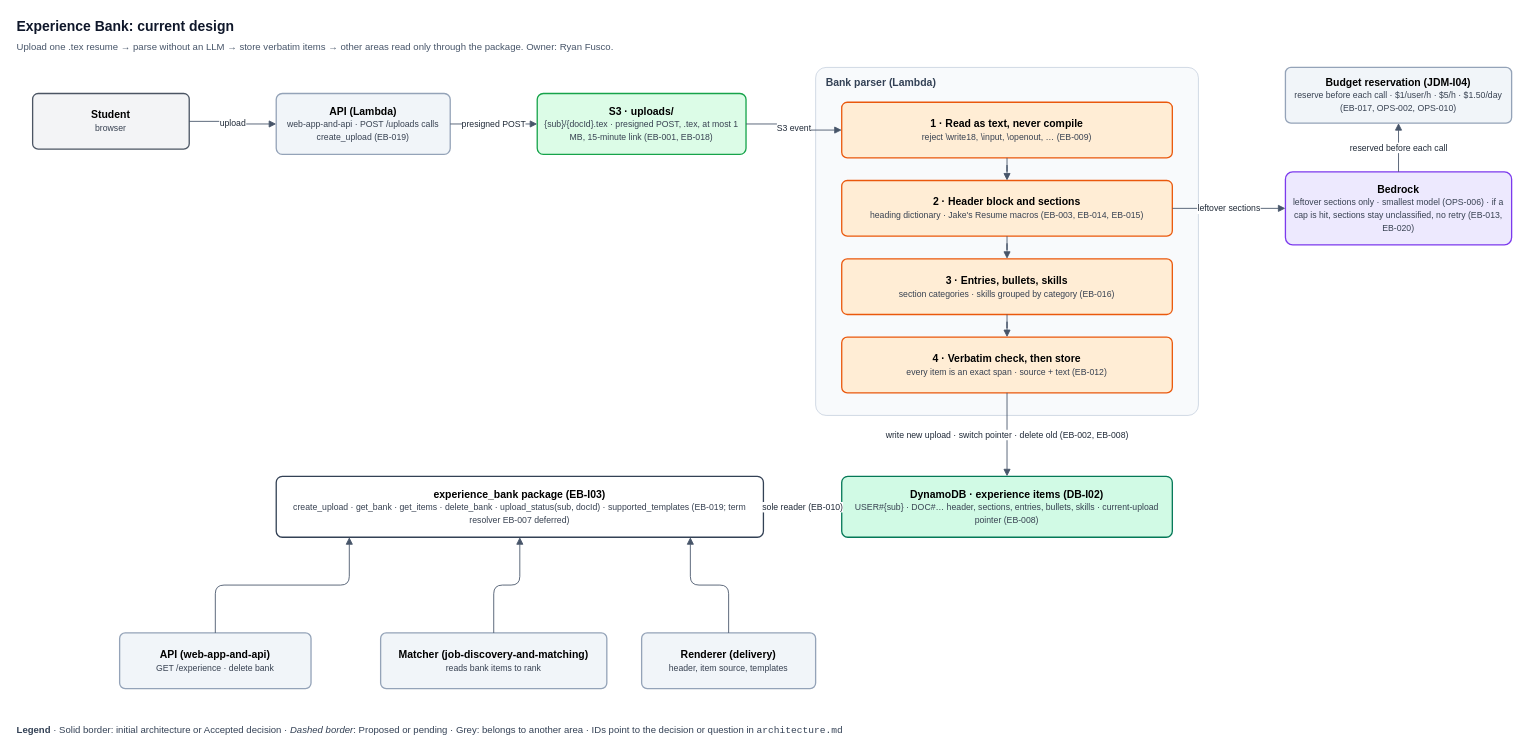
lukeacampbell/Froop keeps this draw.io diagram as planning/architecture/experience-bank/architecture.drawio. Above is the earlier version. Source tidied: cells renumbered, new cells numbered last; positions are measured from the earlier drawing's top-left corner, leaving out a move shared by most shapes. Both pictures are drawn from the tidied source at 87%, with x=0, y=0 at pixel (15, 15).
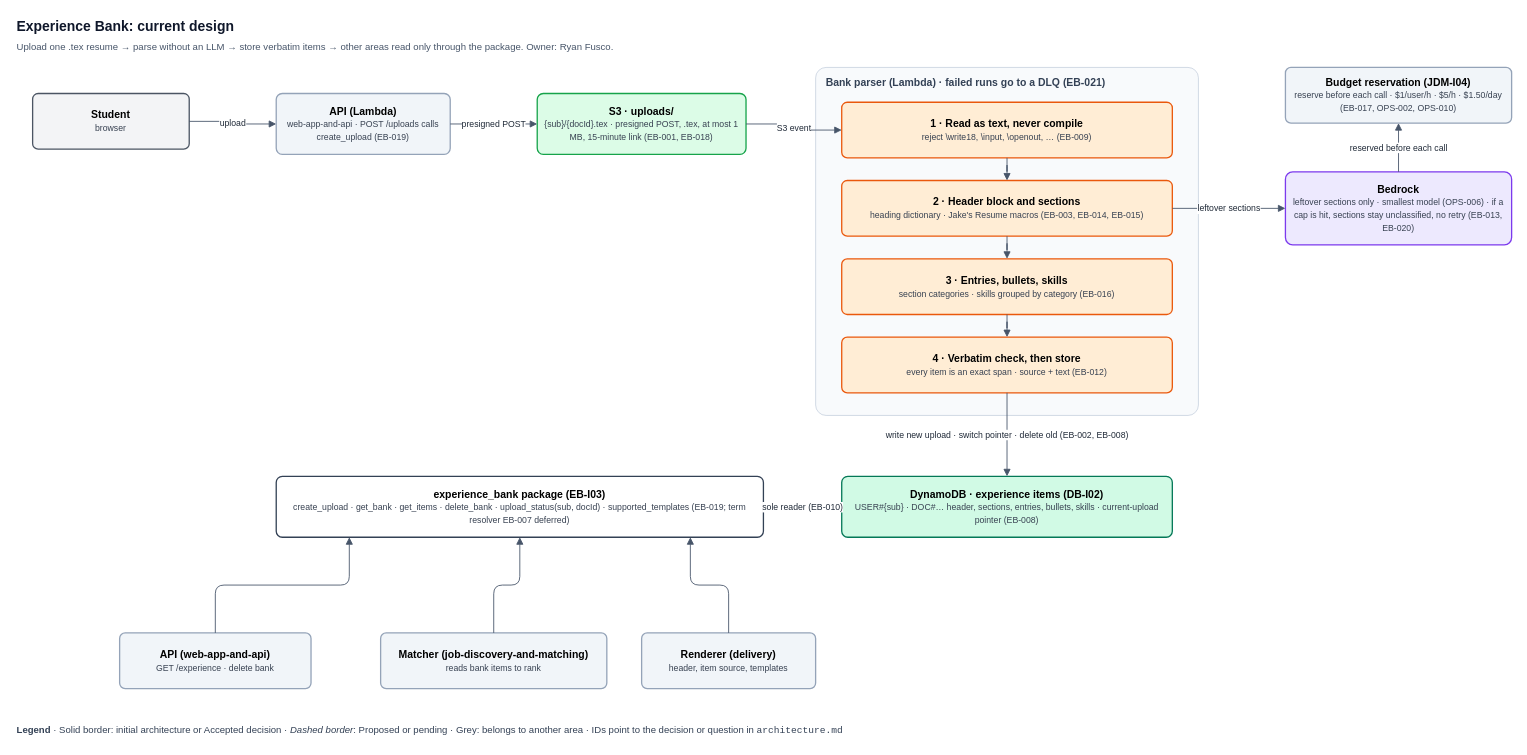
Above is the later version.

Diff of the diagram source:
```diff
@@
-    <mxCell id="7" value="Bank parser (Lambda)" style="rounded=1;whiteSpace=wrap;html=1;arcSize=3;fillColor=#F8FAFC;strokeColor=#CBD5E1;verticalAlign=top;align=left;spacingLeft=10;spacingTop=4;fontStyle=1;fontColor=#334155;fontSize=12;" parent="1" vertex="1">
+    <mxCell id="7" value="Bank parser (Lambda) · failed runs go to a DLQ (EB-021)" style="rounded=1;whiteSpace=wrap;html=1;arcSize=3;fillColor=#F8FAFC;strokeColor=#CBD5E1;verticalAlign=top;align=left;spacingLeft=10;spacingTop=4;fontStyle=1;fontColor=#334155;fontSize=12;" parent="1" vertex="1">
       <mxGeometry x="920" y="60" width="440" height="400" as="geometry" />
     </mxCell>
```
